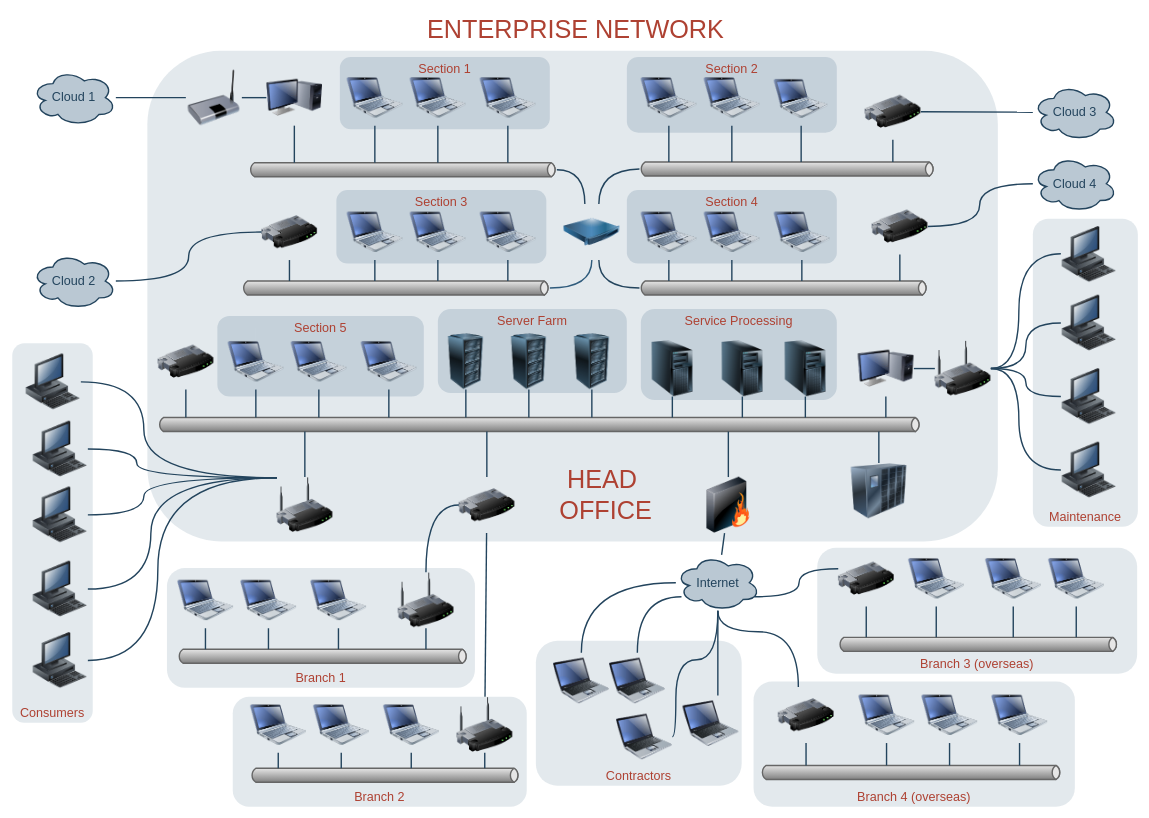
Above: img/Resiliate in Enterprise.drawio in safai-labs/ActivitySimulator (draw.io), before the change. Source tidied: cells renumbered, new cells numbered last; positions are measured from the earlier drawing's top-left corner, leaving out a move shared by most shapes. Both pictures are drawn from the tidied source at 70%, with x=0, y=0 at pixel (12, 12).
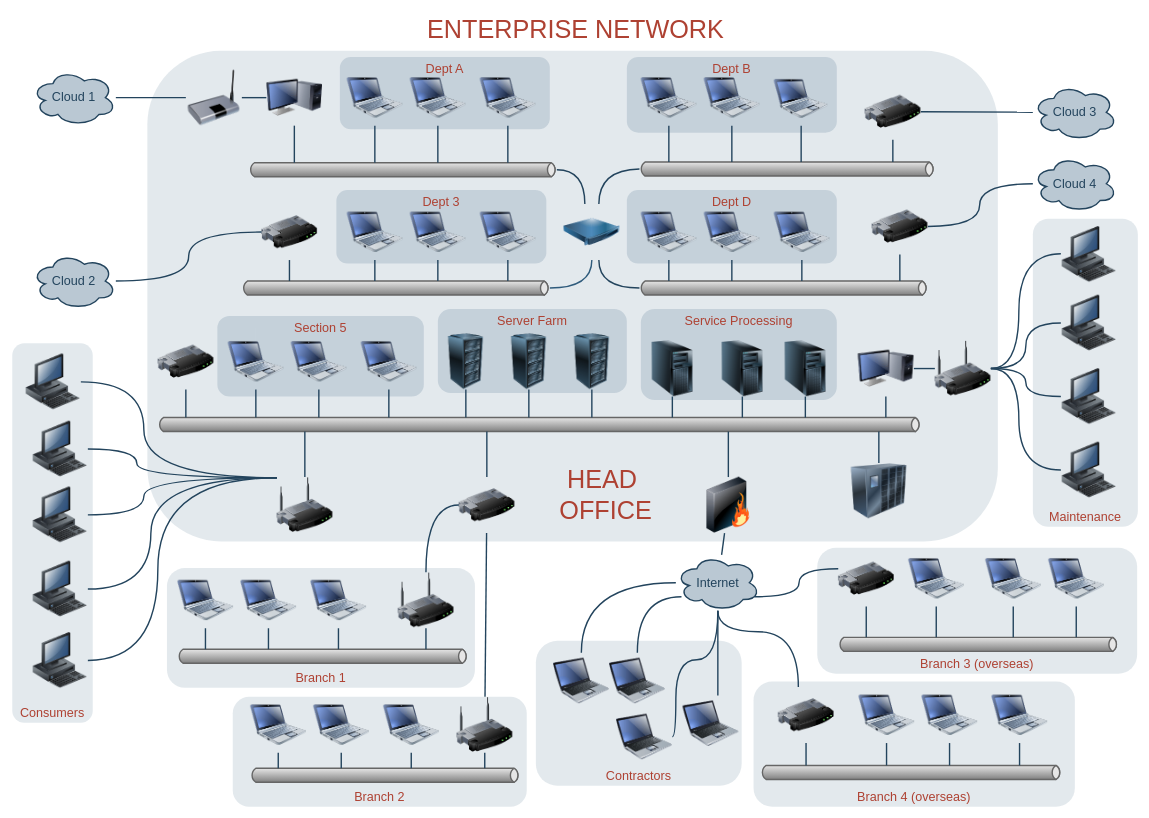
After the change.

Change to the diagram source:
```diff
@@
-    <mxCell id="4" value="&lt;span&gt;Section 1&lt;/span&gt;" style="rounded=1;whiteSpace=wrap;html=1;shadow=0;strokeColor=none;fillColor=#BAC8D3;gradientColor=none;fontSize=18;fontColor=#AE4132;verticalAlign=top;opacity=70;fontStyle=0;strokeWidth=3;" parent="1" vertex="1">
+    <mxCell id="4" value="Dept A" style="rounded=1;whiteSpace=wrap;html=1;shadow=0;strokeColor=none;fillColor=#BAC8D3;gradientColor=none;fontSize=18;fontColor=#AE4132;verticalAlign=top;opacity=70;fontStyle=0;strokeWidth=3;" parent="1" vertex="1">
       <mxGeometry x="468" y="64" width="300" height="103" as="geometry" />
     </mxCell>
-    <mxCell id="5" value="&lt;span style=&quot;line-height: 17.1818180084229px&quot;&gt;Section 3&lt;/span&gt;" style="rounded=1;whiteSpace=wrap;html=1;shadow=0;strokeColor=none;fillColor=#BAC8D3;gradientColor=none;fontSize=18;fontColor=#AE4132;verticalAlign=top;fontStyle=0;opacity=70;strokeWidth=3;" parent="1" vertex="1">
+    <mxCell id="5" value="&lt;span style=&quot;line-height: 17.1818180084229px&quot;&gt;Dept 3&lt;/span&gt;" style="rounded=1;whiteSpace=wrap;html=1;shadow=0;strokeColor=none;fillColor=#BAC8D3;gradientColor=none;fontSize=18;fontColor=#AE4132;verticalAlign=top;fontStyle=0;opacity=70;strokeWidth=3;" parent="1" vertex="1">
       <mxGeometry x="463" y="254" width="300" height="105" as="geometry" />
     </mxCell>
@@
-    <mxCell id="9" value="&lt;span style=&quot;line-height: 17.1818180084229px&quot;&gt;Section 4&lt;/span&gt;&lt;br&gt;" style="rounded=1;whiteSpace=wrap;html=1;shadow=0;strokeColor=none;fillColor=#BAC8D3;gradientColor=none;fontSize=18;fontColor=#AE4132;verticalAlign=top;opacity=70;fontStyle=0;strokeWidth=3;" parent="1" vertex="1">
+    <mxCell id="9" value="Dept D" style="rounded=1;whiteSpace=wrap;html=1;shadow=0;strokeColor=none;fillColor=#BAC8D3;gradientColor=none;fontSize=18;fontColor=#AE4132;verticalAlign=top;opacity=70;fontStyle=0;strokeWidth=3;" parent="1" vertex="1">
       <mxGeometry x="878" y="254" width="300" height="105" as="geometry" />
     </mxCell>
-    <mxCell id="10" value="&lt;span style=&quot;line-height: 17.1818180084229px&quot;&gt;Section 2&lt;/span&gt;&lt;br&gt;" style="rounded=1;whiteSpace=wrap;html=1;shadow=0;strokeColor=none;fillColor=#BAC8D3;gradientColor=none;fontSize=18;fontColor=#AE4132;verticalAlign=top;opacity=70;fontStyle=0;strokeWidth=3;" parent="1" vertex="1">
+    <mxCell id="10" value="Dept B" style="rounded=1;whiteSpace=wrap;html=1;shadow=0;strokeColor=none;fillColor=#BAC8D3;gradientColor=none;fontSize=18;fontColor=#AE4132;verticalAlign=top;opacity=70;fontStyle=0;strokeWidth=3;" parent="1" vertex="1">
       <mxGeometry x="878" y="64" width="300" height="108" as="geometry" />
     </mxCell>
```
